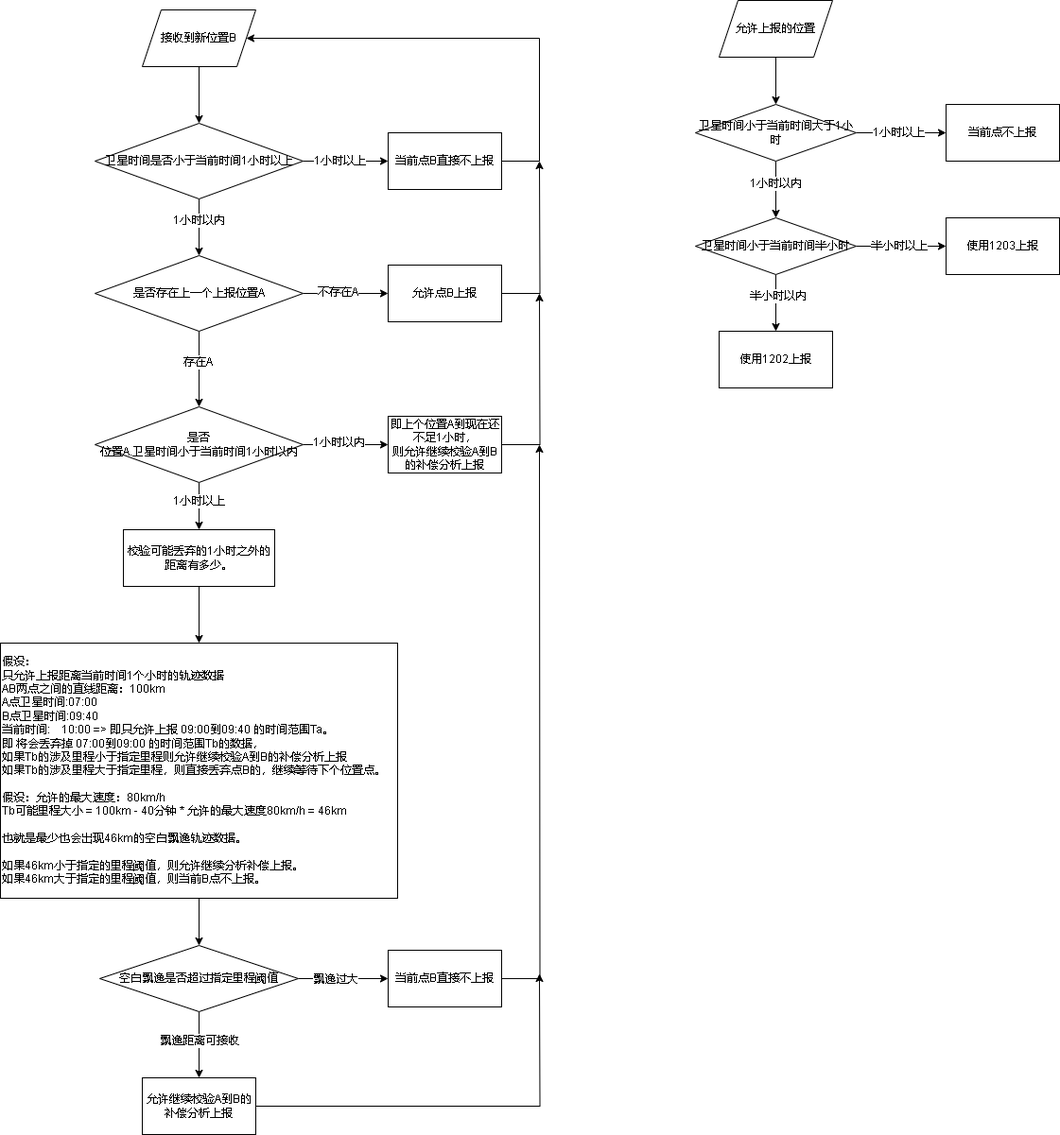
xktder/draw keeps this draw.io diagram as 809轨迹时间异常.drawio.png. Above is the earlier version. Source tidied: cells renumbered, new cells last; positions are measured from the earlier drawing's top-left corner, leaving out a move shared by most shapes.
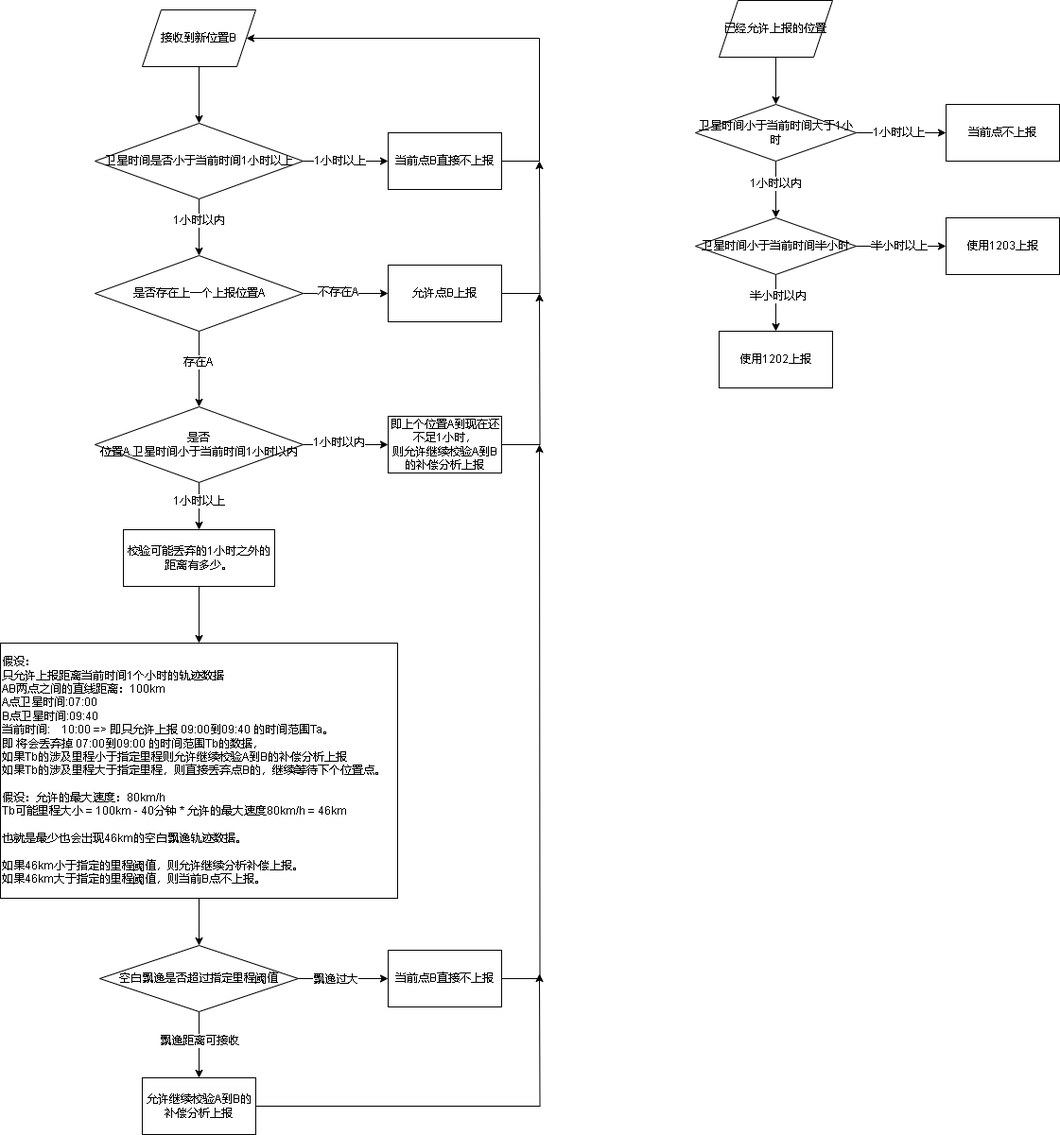
The same file after the commit.

Commit message:
更新809轨迹时间异常.drawio.png

Change to the diagram source:
```diff
@@ -126,7 +126,7 @@
     <mxCell id="38" style="edgeStyle=orthogonalEdgeStyle;rounded=0;jettySize=auto;html=1;" parent="1" edge="1" source="39" target="44">
       <mxGeometry relative="1" as="geometry" />
     </mxCell>
-    <mxCell id="39" value="允许上报的位置" style="shape=parallelogram;perimeter=parallelogramPerimeter;whiteSpace=wrap;html=1;fixedSize=1;" parent="1" vertex="1">
+    <mxCell id="39" value="已经允许上报的位置" style="shape=parallelogram;perimeter=parallelogramPerimeter;whiteSpace=wrap;html=1;fixedSize=1;" parent="1" vertex="1">
       <mxGeometry x="760" width="120" height="60" as="geometry" />
     </mxCell>
     <mxCell id="40" style="edgeStyle=orthogonalEdgeStyle;rounded=0;jettySize=auto;html=1;" parent="1" edge="1" source="44" target="45">
```
